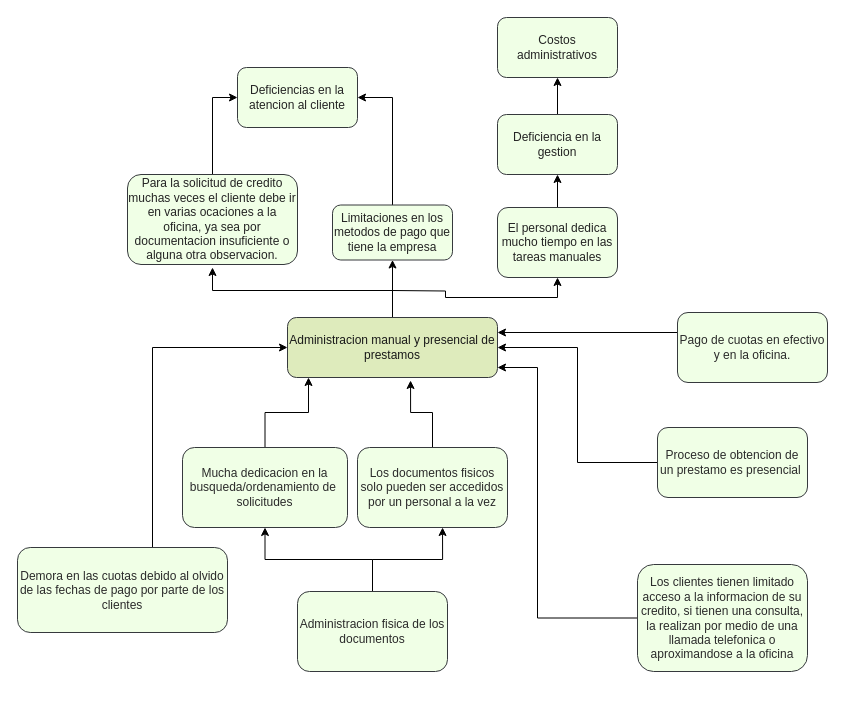
Above: docs/arbol-del-problema.drawio in alexrv11/credicuotas (draw.io), before the change. Source tidied: cells renumbered, new cells numbered last; positions are measured from the earlier drawing's top-left corner, leaving out a move shared by most shapes. Both pictures are drawn from the tidied source at 100%, with x=0, y=0 at pixel (17, 17).
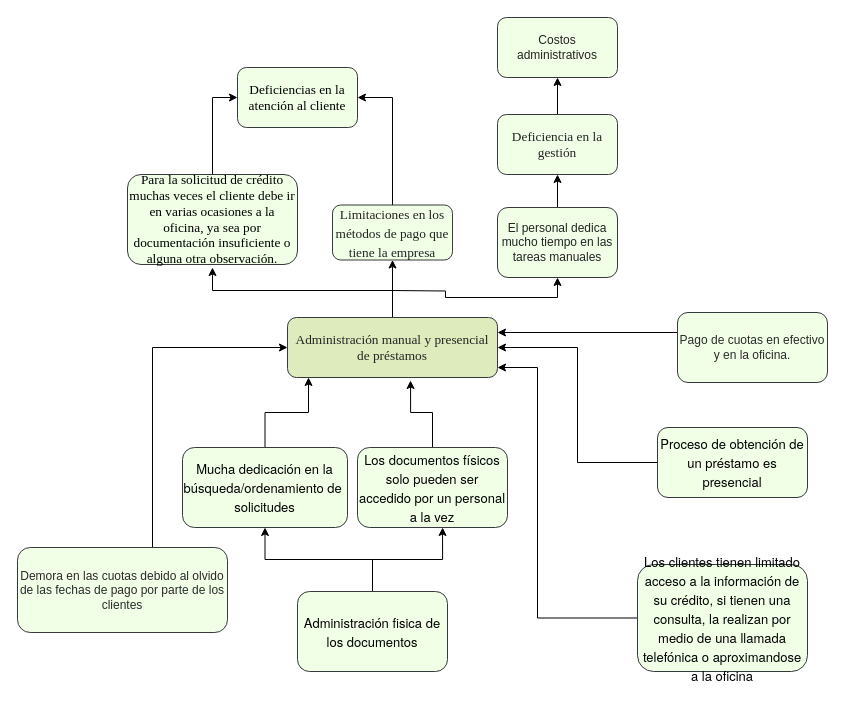
The same page after the edit.

Diff of the diagram source:
```diff
@@
-    <mxCell id="5" value="Administracion manual y presencial de prestamos" style="rounded=1;whiteSpace=wrap;html=1;strokeColor=#36393d;fontColor=#191919;fillColor=#DEEBBC;" parent="1" vertex="1">
+    <mxCell id="5" value="&lt;span id=&quot;docs-internal-guid-859c407c-7fff-82ab-9665-464dbf4a24e5&quot;&gt;&lt;span style=&quot;font-size: 10pt ; font-family: &amp;#34;times new roman&amp;#34; ; color: rgb(36 , 36 , 36) ; vertical-align: baseline&quot;&gt;Administración manual y presencial de préstamos&lt;/span&gt;&lt;/span&gt;" style="rounded=1;whiteSpace=wrap;html=1;strokeColor=#36393d;fontColor=#191919;fillColor=#DEEBBC;" parent="1" vertex="1">
       <mxGeometry x="270" y="300" width="210" height="60" as="geometry" />
     </mxCell>
@@
-    <mxCell id="8" value="Administracion fisica de los documentos" style="rounded=1;whiteSpace=wrap;html=1;strokeColor=#36393d;fontColor=#2B2B2B;fillColor=#F0FFE6;" parent="1" vertex="1">
+    <mxCell id="8" value="&lt;p class=&quot;p1&quot; style=&quot;margin: 0px ; font-stretch: normal ; font-size: 13px ; line-height: normal ; font-family: &amp;#34;helvetica neue&amp;#34; ; color: rgb(0 , 0 , 0)&quot;&gt;Administración fisica de los documentos&lt;/p&gt;" style="rounded=1;whiteSpace=wrap;html=1;strokeColor=#36393d;fontColor=#2B2B2B;fillColor=#F0FFE6;" parent="1" vertex="1">
       <mxGeometry x="280" y="574" width="150" height="80" as="geometry" />
     </mxCell>
@@
-    <mxCell id="12" value="Mucha dedicacion en la busqueda/ordenamiento de&amp;nbsp; solicitudes" style="rounded=1;whiteSpace=wrap;html=1;strokeColor=#36393d;fontColor=#2B2B2B;fillColor=#F0FFE6;" parent="1" vertex="1">
+    <mxCell id="12" value="&lt;p class=&quot;p1&quot; style=&quot;margin: 0px ; font-stretch: normal ; font-size: 13px ; line-height: normal ; font-family: &amp;#34;helvetica neue&amp;#34; ; color: rgb(0 , 0 , 0)&quot;&gt;Mucha dedicación en la búsqueda/ordenamiento de&amp;nbsp; solicitudes&lt;/p&gt;" style="rounded=1;whiteSpace=wrap;html=1;strokeColor=#36393d;fontColor=#2B2B2B;fillColor=#F0FFE6;" parent="1" vertex="1">
       <mxGeometry x="165" y="430" width="165" height="80" as="geometry" />
     </mxCell>
@@
-    <mxCell id="16" value="Los clientes tienen limitado acceso a la informacion de su credito, si tienen una consulta, la realizan por medio de una llamada telefonica o aproximandose a la oficina" style="rounded=1;whiteSpace=wrap;html=1;strokeColor=#36393d;fontColor=#2B2B2B;fillColor=#F0FFE6;" parent="1" vertex="1">
+    <mxCell id="16" value="&lt;p class=&quot;p1&quot; style=&quot;margin: 0px ; font-stretch: normal ; font-size: 13px ; line-height: normal ; font-family: &amp;#34;helvetica neue&amp;#34; ; color: rgb(0 , 0 , 0)&quot;&gt;Los clientes tienen limitado acceso a la información de su crédito, si tienen una consulta, la realizan por medio de una llamada telefónica o aproximandose a la oficina&lt;/p&gt;" style="rounded=1;whiteSpace=wrap;html=1;strokeColor=#36393d;fontColor=#2B2B2B;fillColor=#F0FFE6;" parent="1" vertex="1">
       <mxGeometry x="620" y="547" width="170" height="107" as="geometry" />
     </mxCell>
@@
-    <mxCell id="18" value="Proceso de obtencion de un prestamo es presencial&amp;nbsp;" style="rounded=1;whiteSpace=wrap;html=1;strokeColor=#36393d;fontColor=#2B2B2B;fillColor=#F0FFE6;" parent="1" vertex="1">
+    <mxCell id="18" value="&lt;p class=&quot;p1&quot; style=&quot;margin: 0px ; font-stretch: normal ; font-size: 13px ; line-height: normal ; font-family: &amp;#34;helvetica neue&amp;#34; ; color: rgb(0 , 0 , 0)&quot;&gt;Proceso de obtención de un préstamo es presencial&lt;/p&gt;" style="rounded=1;whiteSpace=wrap;html=1;strokeColor=#36393d;fontColor=#2B2B2B;fillColor=#F0FFE6;" parent="1" vertex="1">
       <mxGeometry x="640" y="410" width="150" height="70" as="geometry" />
     </mxCell>
-    <mxCell id="19" value="Deficiencias en la atencion al cliente" style="rounded=1;whiteSpace=wrap;html=1;strokeColor=#36393d;fontColor=#242424;fillColor=#F0FFE6;" parent="1" vertex="1">
+    <mxCell id="19" value="&lt;span id=&quot;docs-internal-guid-b66695e8-7fff-65a9-9d40-89f563d8915a&quot;&gt;&lt;span style=&quot;font-size: 10pt ; font-family: &amp;#34;times new roman&amp;#34; ; color: rgb(0 , 0 , 0) ; background-color: transparent ; vertical-align: baseline&quot;&gt;Deficiencias en la atención al cliente&lt;/span&gt;&lt;/span&gt;" style="rounded=1;whiteSpace=wrap;html=1;strokeColor=#36393d;fontColor=#242424;fillColor=#F0FFE6;" parent="1" vertex="1">
       <mxGeometry x="220" y="50" width="120" height="60" as="geometry" />
     </mxCell>
@@
-    <mxCell id="21" value="Para la solicitud de credito muchas veces el cliente debe ir en varias ocaciones a la oficina, ya sea por documentacion insuficiente o alguna otra observacion." style="rounded=1;whiteSpace=wrap;html=1;strokeColor=#36393d;fontColor=#242424;fillColor=#F0FFE6;" parent="1" vertex="1">
+    <mxCell id="21" value="&lt;span id=&quot;docs-internal-guid-e200ef32-7fff-fc9d-83f3-03c321aee42e&quot;&gt;&lt;span style=&quot;font-size: 10pt ; font-family: &amp;#34;times new roman&amp;#34; ; color: rgb(0 , 0 , 0) ; background-color: transparent ; vertical-align: baseline&quot;&gt;Para la solicitud de crédito muchas veces el cliente debe ir en varias ocasiones a la oficina, ya sea por documentación insuficiente o alguna otra observación.&lt;/span&gt;&lt;/span&gt;" style="rounded=1;whiteSpace=wrap;html=1;strokeColor=#36393d;fontColor=#242424;fillColor=#F0FFE6;" parent="1" vertex="1">
       <mxGeometry x="110" y="157" width="170" height="90" as="geometry" />
     </mxCell>
@@
-    <mxCell id="23" value="Limitaciones en los metodos de pago que tiene la empresa" style="rounded=1;whiteSpace=wrap;html=1;strokeColor=#36393d;fontColor=#242424;fillColor=#F0FFE6;" parent="1" vertex="1">
+    <mxCell id="23" value="&lt;p class=&quot;p1&quot; style=&quot;margin: 0px ; font-stretch: normal ; font-size: 13px ; line-height: normal ; font-family: &amp;#34;helvetica neue&amp;#34; ; color: rgb(0 , 0 , 0)&quot;&gt;&lt;span id=&quot;docs-internal-guid-649b3aa1-7fff-326d-fbe5-3ae291051f26&quot;&gt;&lt;span style=&quot;font-size: 10pt ; font-family: &amp;#34;times new roman&amp;#34; ; color: rgb(36 , 36 , 36) ; vertical-align: baseline&quot;&gt;Limitaciones en los métodos de pago que tiene la empresa&lt;/span&gt;&lt;/span&gt;&lt;br&gt;&lt;/p&gt;" style="rounded=1;whiteSpace=wrap;html=1;strokeColor=#36393d;fontColor=#242424;fillColor=#F0FFE6;" parent="1" vertex="1">
       <mxGeometry x="315" y="187.5" width="120" height="55" as="geometry" />
     </mxCell>
@@
-    <mxCell id="28" value="Deficiencia en la gestion" style="rounded=1;whiteSpace=wrap;html=1;strokeColor=#36393d;fontColor=#242424;fillColor=#F0FFE6;" parent="1" vertex="1">
+    <mxCell id="28" value="&lt;span id=&quot;docs-internal-guid-2f9071fe-7fff-d641-0118-9c44e733b44f&quot;&gt;&lt;span style=&quot;font-size: 10pt ; font-family: &amp;#34;times new roman&amp;#34; ; vertical-align: baseline&quot;&gt;Deficiencia en la gestión&lt;/span&gt;&lt;/span&gt;" style="rounded=1;whiteSpace=wrap;html=1;strokeColor=#36393d;fontColor=#242424;fillColor=#F0FFE6;" parent="1" vertex="1">
       <mxGeometry x="480" y="97" width="120" height="60" as="geometry" />
     </mxCell>
@@
-    <mxCell id="30" value="Los documentos fisicos solo pueden ser accedidos por un personal a la vez" style="rounded=1;whiteSpace=wrap;html=1;strokeColor=#36393d;fontColor=#2B2B2B;fillColor=#F0FFE6;" parent="1" vertex="1">
+    <mxCell id="30" value="&lt;p class=&quot;p1&quot; style=&quot;margin: 0px ; font-stretch: normal ; font-size: 13px ; line-height: normal ; font-family: &amp;#34;helvetica neue&amp;#34; ; color: rgb(0 , 0 , 0)&quot;&gt;Los documentos físicos solo pueden ser accedido por un personal a la vez&lt;/p&gt;" style="rounded=1;whiteSpace=wrap;html=1;strokeColor=#36393d;fontColor=#2B2B2B;fillColor=#F0FFE6;" parent="1" vertex="1">
       <mxGeometry x="340" y="430" width="150" height="80" as="geometry" />
     </mxCell>
```
